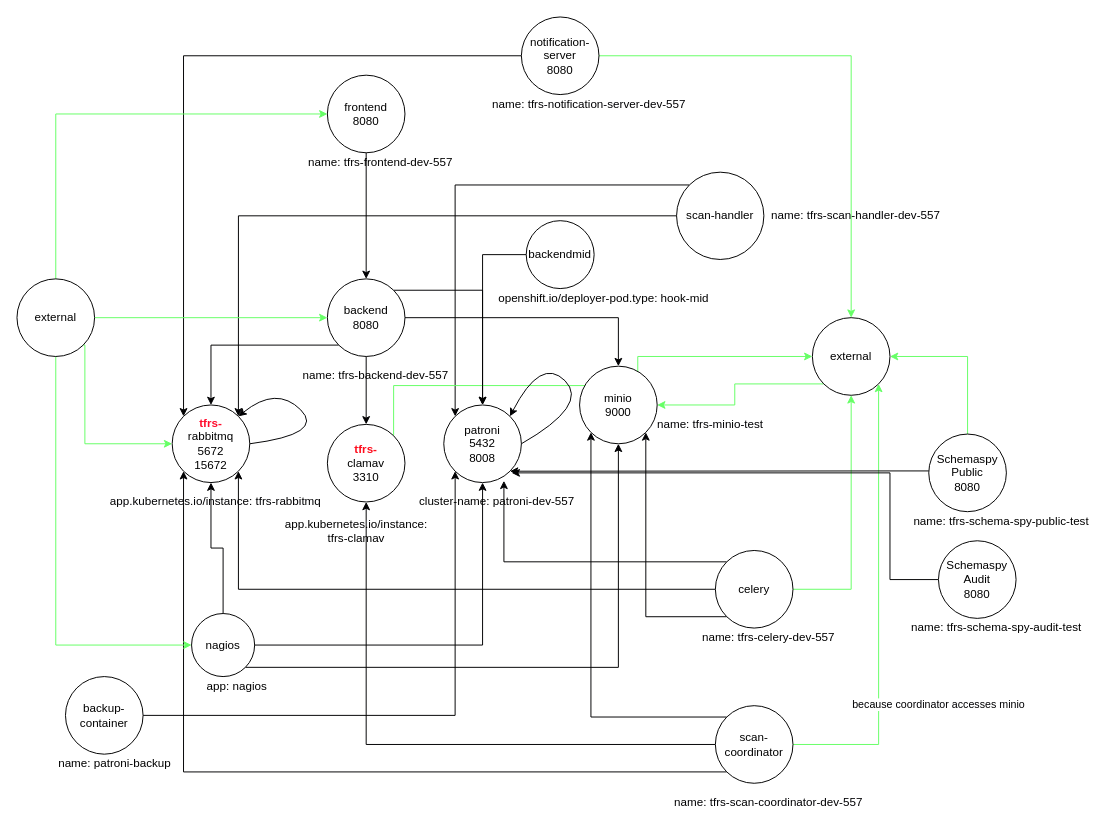
This is openshift-v4/templates/knp/knp-diagram-2.0.0.drawio from bcgov/tfrs, a draw.io file, before an edit. Source tidied: cells renumbered, new cells numbered last; positions are measured from the earlier drawing's top-left corner, leaving out a move shared by most shapes. Both pictures are drawn from the tidied source at 97%, with x=0, y=0 at pixel (16, 16).
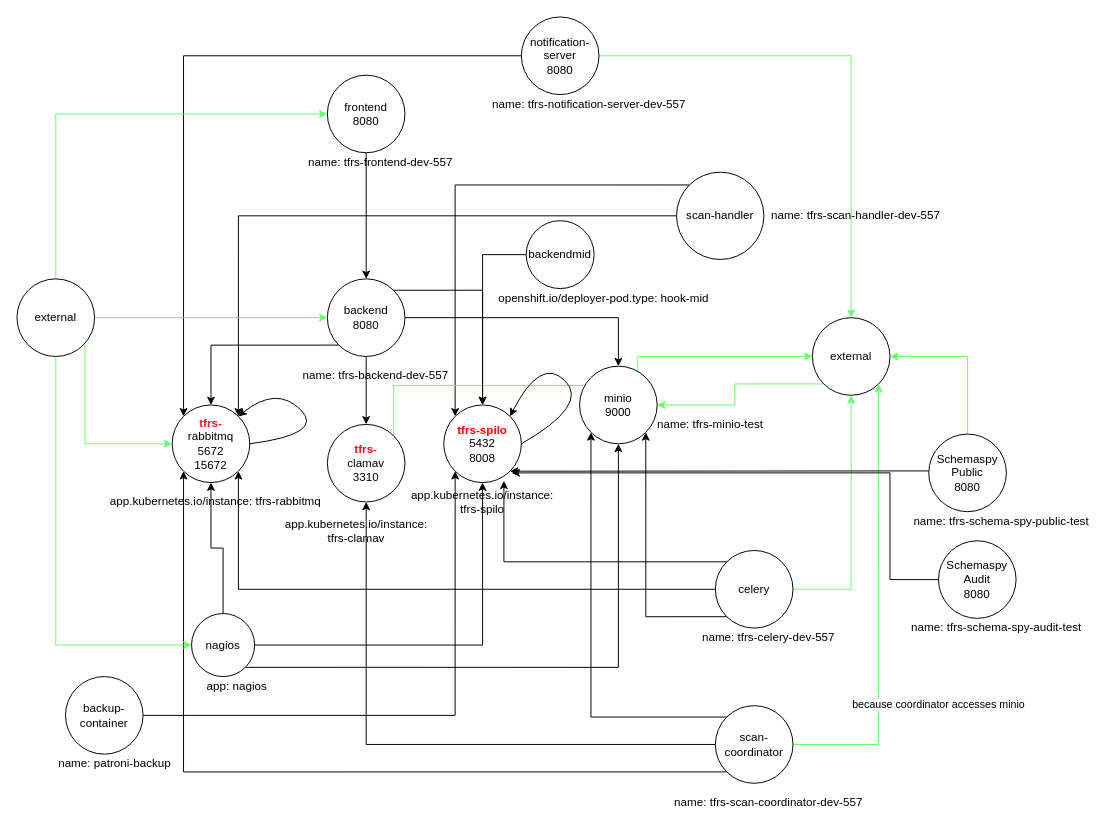
The same page after the edit.

Diff of the diagram source:
```diff
@@
-    <mxCell id="25" value="patroni&lt;br&gt;5432&lt;br&gt;8008" style="ellipse;whiteSpace=wrap;html=1;" parent="1" vertex="1">
+    <mxCell id="25" value="&lt;font color=&quot;#ff0000&quot;&gt;&lt;b&gt;tfrs-spilo&lt;/b&gt;&lt;/font&gt;&lt;br&gt;5432&lt;br&gt;8008" style="ellipse;whiteSpace=wrap;html=1;" parent="1" vertex="1">
       <mxGeometry x="440" y="400" width="80" height="80" as="geometry" />
     </mxCell>
@@
-    <mxCell id="47" value="&lt;span&gt;cluster-name: patroni-dev-557&lt;br&gt;&lt;/span&gt;" style="text;html=1;strokeColor=none;fillColor=none;align=center;verticalAlign=middle;whiteSpace=wrap;rounded=0;fontStyle=0;" parent="1" vertex="1">
-      <mxGeometry x="410" y="490" width="170" height="20" as="geometry" />
+    <mxCell id="47" value="&lt;span&gt;app.kubernetes.io/instance: tfrs-spilo&lt;br&gt;&lt;/span&gt;" style="text;html=1;strokeColor=none;fillColor=none;align=center;verticalAlign=middle;whiteSpace=wrap;rounded=0;fontStyle=0;" parent="1" vertex="1">
+      <mxGeometry x="395" y="490" width="170" height="20" as="geometry" />
     </mxCell>
```
